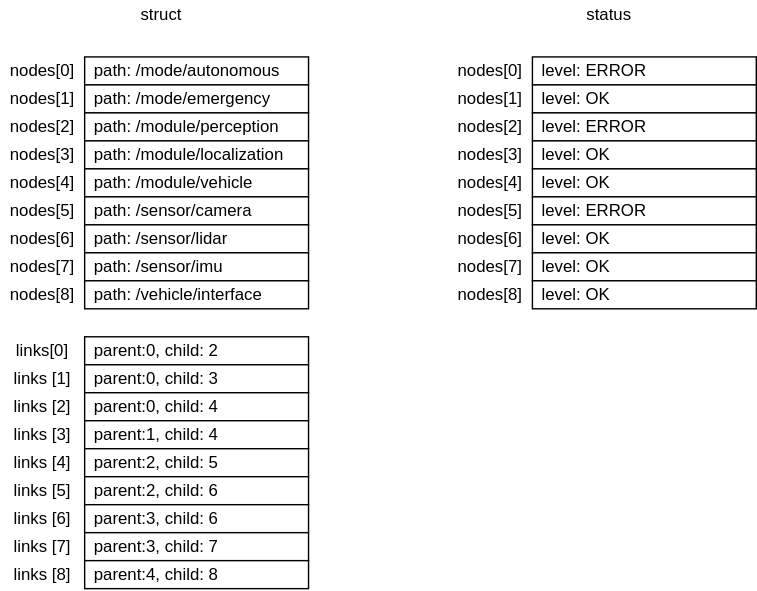
Earlier version of the draw.io export docs/design/autoware-interfaces/ad-api/features/diagnostics/data.drawio.svg (autowarefoundation/autoware-documentation). Source tidied: cells renumbered, new cells last; positions are measured from the earlier drawing's top-left corner, leaving out a move shared by most shapes.
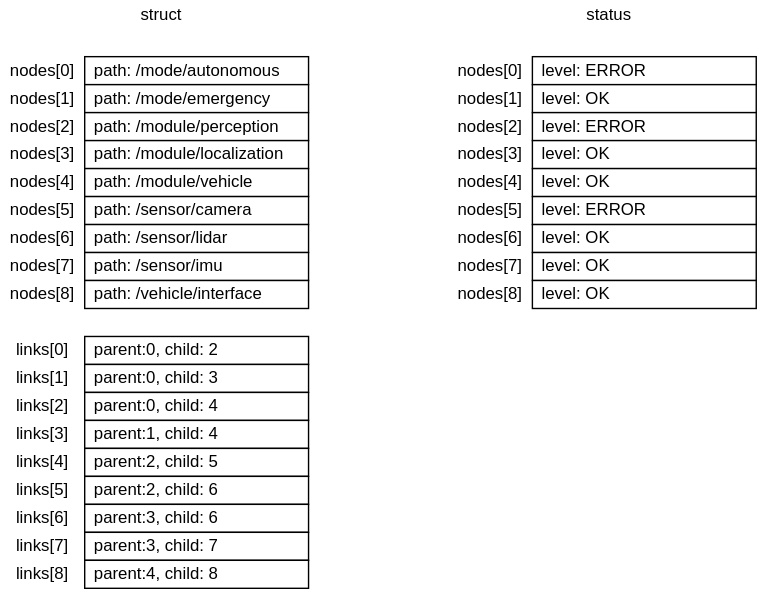
Later version of the same file.

Change to the diagram source:
```diff
@@ -107,34 +107,34 @@
     <mxCell id="36" value="&lt;div style=&quot;&quot;&gt;parent:3, child: 7&lt;br&gt;&lt;/div&gt;" style="rounded=0;whiteSpace=wrap;html=1;align=left;spacingLeft=5;" parent="1" vertex="1">
       <mxGeometry x="60" y="380" width="160" height="20" as="geometry" />
     </mxCell>
-    <mxCell id="37" value="&lt;div style=&quot;text-align: left;&quot;&gt;links[0]&lt;/div&gt;" style="rounded=0;whiteSpace=wrap;html=1;strokeColor=none;fillColor=none;" parent="1" vertex="1">
+    <mxCell id="37" value="&lt;div style=&quot;text-align: left;&quot;&gt;links[0]&lt;br&gt;&lt;/div&gt;" style="rounded=0;whiteSpace=wrap;html=1;strokeColor=none;fillColor=none;" parent="1" vertex="1">
       <mxGeometry y="240" width="60" height="20" as="geometry" />
     </mxCell>
-    <mxCell id="38" value="&lt;span style=&quot;text-align: left;&quot;&gt;links&lt;/span&gt;&lt;span style=&quot;text-align: left; background-color: initial;&quot;&gt;[1]&lt;/span&gt;&lt;span style=&quot;text-align: left;&quot;&gt;&lt;br&gt;&lt;/span&gt;" style="rounded=0;whiteSpace=wrap;html=1;strokeColor=none;fillColor=none;" parent="1" vertex="1">
+    <mxCell id="38" value="&lt;span style=&quot;text-align: left;&quot;&gt;links[1]&lt;/span&gt;&lt;span style=&quot;text-align: left;&quot;&gt;&lt;br&gt;&lt;/span&gt;" style="rounded=0;whiteSpace=wrap;html=1;strokeColor=none;fillColor=none;" parent="1" vertex="1">
       <mxGeometry y="260" width="60" height="20" as="geometry" />
     </mxCell>
-    <mxCell id="39" value="&lt;span style=&quot;text-align: left;&quot;&gt;links&lt;/span&gt;&lt;span style=&quot;text-align: left; background-color: initial;&quot;&gt;[2]&lt;/span&gt;&lt;span style=&quot;text-align: left;&quot;&gt;&lt;br&gt;&lt;/span&gt;" style="rounded=0;whiteSpace=wrap;html=1;strokeColor=none;fillColor=none;" parent="1" vertex="1">
+    <mxCell id="39" value="&lt;span style=&quot;text-align: left;&quot;&gt;links[2]&lt;/span&gt;&lt;span style=&quot;text-align: left;&quot;&gt;&lt;br&gt;&lt;/span&gt;" style="rounded=0;whiteSpace=wrap;html=1;strokeColor=none;fillColor=none;" parent="1" vertex="1">
       <mxGeometry y="280" width="60" height="20" as="geometry" />
     </mxCell>
-    <mxCell id="40" value="&lt;span style=&quot;text-align: left;&quot;&gt;links&lt;/span&gt;&lt;span style=&quot;text-align: left; background-color: initial;&quot;&gt;[3]&lt;/span&gt;&lt;span style=&quot;text-align: left;&quot;&gt;&lt;br&gt;&lt;/span&gt;" style="rounded=0;whiteSpace=wrap;html=1;strokeColor=none;fillColor=none;" parent="1" vertex="1">
+    <mxCell id="40" value="&lt;span style=&quot;text-align: left;&quot;&gt;links[3]&lt;/span&gt;&lt;span style=&quot;text-align: left;&quot;&gt;&lt;br&gt;&lt;/span&gt;" style="rounded=0;whiteSpace=wrap;html=1;strokeColor=none;fillColor=none;" parent="1" vertex="1">
       <mxGeometry y="300" width="60" height="20" as="geometry" />
     </mxCell>
-    <mxCell id="41" value="&lt;span style=&quot;text-align: left;&quot;&gt;links&lt;/span&gt;&lt;span style=&quot;text-align: left; background-color: initial;&quot;&gt;[4]&lt;/span&gt;&lt;span style=&quot;text-align: left;&quot;&gt;&lt;br&gt;&lt;/span&gt;" style="rounded=0;whiteSpace=wrap;html=1;strokeColor=none;fillColor=none;" parent="1" vertex="1">
+    <mxCell id="41" value="&lt;span style=&quot;text-align: left;&quot;&gt;links[4]&lt;/span&gt;&lt;span style=&quot;text-align: left;&quot;&gt;&lt;br&gt;&lt;/span&gt;" style="rounded=0;whiteSpace=wrap;html=1;strokeColor=none;fillColor=none;" parent="1" vertex="1">
       <mxGeometry y="320" width="60" height="20" as="geometry" />
     </mxCell>
-    <mxCell id="42" value="&lt;span style=&quot;text-align: left;&quot;&gt;links&lt;/span&gt;&lt;span style=&quot;text-align: left; background-color: initial;&quot;&gt;[5]&lt;/span&gt;&lt;span style=&quot;text-align: left;&quot;&gt;&lt;br&gt;&lt;/span&gt;" style="rounded=0;whiteSpace=wrap;html=1;strokeColor=none;fillColor=none;" parent="1" vertex="1">
+    <mxCell id="42" value="&lt;span style=&quot;text-align: left;&quot;&gt;links[5]&lt;/span&gt;&lt;span style=&quot;text-align: left;&quot;&gt;&lt;br&gt;&lt;/span&gt;" style="rounded=0;whiteSpace=wrap;html=1;strokeColor=none;fillColor=none;" parent="1" vertex="1">
       <mxGeometry y="340" width="60" height="20" as="geometry" />
     </mxCell>
-    <mxCell id="43" value="&lt;span style=&quot;text-align: left;&quot;&gt;links&lt;/span&gt;&lt;span style=&quot;text-align: left; background-color: initial;&quot;&gt;[6]&lt;/span&gt;&lt;span style=&quot;text-align: left;&quot;&gt;&lt;br&gt;&lt;/span&gt;" style="rounded=0;whiteSpace=wrap;html=1;strokeColor=none;fillColor=none;" parent="1" vertex="1">
+    <mxCell id="43" value="&lt;span style=&quot;text-align: left;&quot;&gt;links[6]&lt;/span&gt;&lt;span style=&quot;text-align: left;&quot;&gt;&lt;br&gt;&lt;/span&gt;" style="rounded=0;whiteSpace=wrap;html=1;strokeColor=none;fillColor=none;" parent="1" vertex="1">
       <mxGeometry y="360" width="60" height="20" as="geometry" />
     </mxCell>
-    <mxCell id="44" value="&lt;span style=&quot;text-align: left;&quot;&gt;links&lt;/span&gt;&lt;span style=&quot;text-align: left; background-color: initial;&quot;&gt;[7]&lt;/span&gt;&lt;span style=&quot;text-align: left;&quot;&gt;&lt;br&gt;&lt;/span&gt;" style="rounded=0;whiteSpace=wrap;html=1;strokeColor=none;fillColor=none;" parent="1" vertex="1">
+    <mxCell id="44" value="&lt;span style=&quot;text-align: left;&quot;&gt;links[7]&lt;/span&gt;&lt;span style=&quot;text-align: left;&quot;&gt;&lt;br&gt;&lt;/span&gt;" style="rounded=0;whiteSpace=wrap;html=1;strokeColor=none;fillColor=none;" parent="1" vertex="1">
       <mxGeometry y="380" width="60" height="20" as="geometry" />
     </mxCell>
     <mxCell id="45" value="&lt;div style=&quot;&quot;&gt;parent:4, child: 8&lt;br&gt;&lt;/div&gt;" style="rounded=0;whiteSpace=wrap;html=1;align=left;spacingLeft=5;" parent="1" vertex="1">
       <mxGeometry x="60" y="400" width="160" height="20" as="geometry" />
     </mxCell>
-    <mxCell id="46" value="&lt;span style=&quot;text-align: left;&quot;&gt;links&lt;/span&gt;&lt;span style=&quot;text-align: left; background-color: initial;&quot;&gt;[8]&lt;/span&gt;&lt;span style=&quot;text-align: left;&quot;&gt;&lt;br&gt;&lt;/span&gt;" style="rounded=0;whiteSpace=wrap;html=1;strokeColor=none;fillColor=none;" parent="1" vertex="1">
+    <mxCell id="46" value="&lt;span style=&quot;text-align: left;&quot;&gt;links[8]&lt;/span&gt;&lt;span style=&quot;text-align: left;&quot;&gt;&lt;br&gt;&lt;/span&gt;" style="rounded=0;whiteSpace=wrap;html=1;strokeColor=none;fillColor=none;" parent="1" vertex="1">
       <mxGeometry y="400" width="60" height="20" as="geometry" />
     </mxCell>
     <mxCell id="47" value="&lt;div style=&quot;text-align: left;&quot;&gt;nodes[0]&lt;/div&gt;" style="rounded=0;whiteSpace=wrap;html=1;strokeColor=none;fillColor=none;" parent="1" vertex="1">
```
